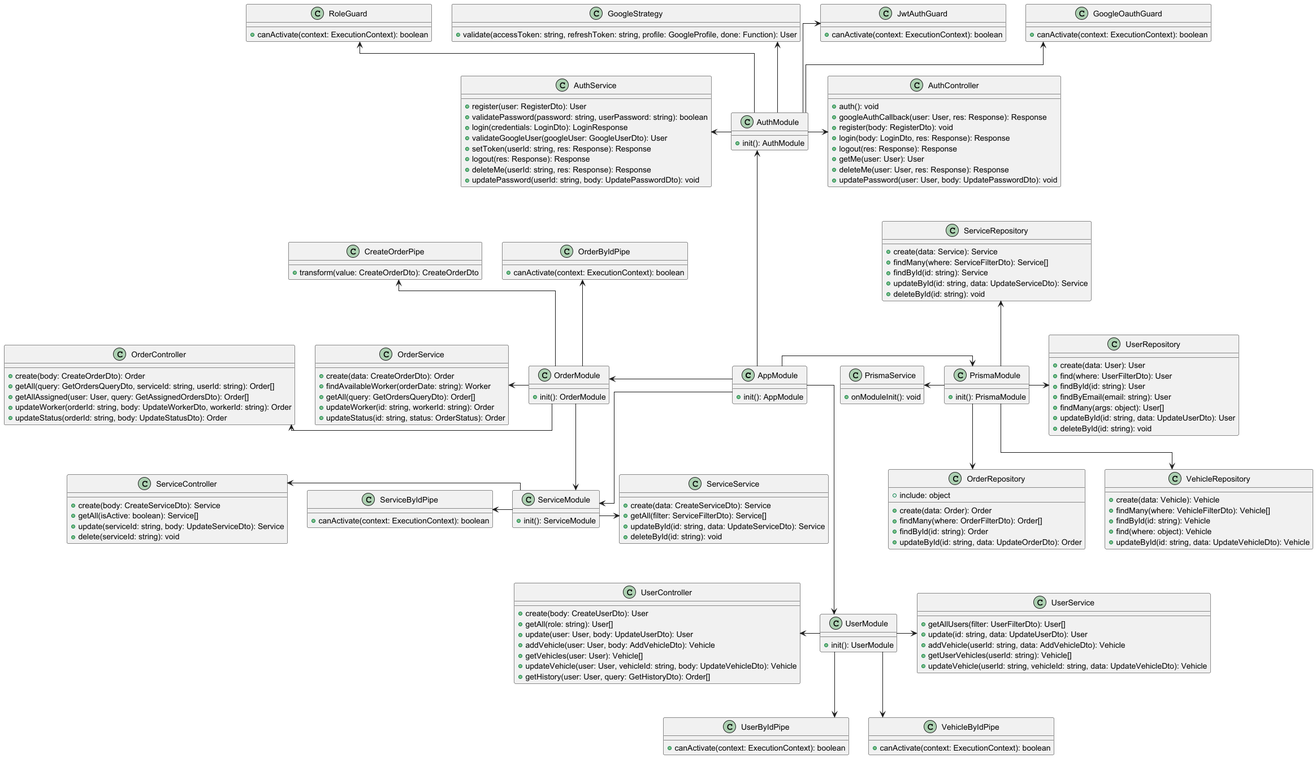
Before: diagrams/back/ClassDiagram.png, a diagram exported from PlantUML (JessFreak/ServiceStation). The source it was exported from:
```plantuml
@startuml
left to right direction
top to bottom direction
skinparam classAttributeIconSize 10
skinparam linetype ortho

class AppModule {
  + init(): AppModule
}

class AuthController {
  + auth(): void
  + googleAuthCallback(user: User, res: Response): Response
  + register(body: RegisterDto): void
  + login(body: LoginDto, res: Response): Response
  + logout(res: Response): Response
  + getMe(user: User): User
  + deleteMe(user: User, res: Response): Response
  + updatePassword(user: User, body: UpdatePasswordDto): void
}

class OrderController {
  + create(body: CreateOrderDto): Order
  + getAll(query: GetOrdersQueryDto, serviceId: string, userId: string): Order[]
  + getAllAssigned(user: User, query: GetAssignedOrdersDto): Order[]
  + updateWorker(orderId: string, body: UpdateWorkerDto, workerId: string): Order
  + updateStatus(orderId: string, body: UpdateStatusDto): Order
}

class ServiceController {
  + create(body: CreateServiceDto): Service
  + getAll(isActive: boolean): Service[]
  + update(serviceId: string, body: UpdateServiceDto): Service
  + delete(serviceId: string): void
}

class UserController {
  + create(body: CreateUserDto): User
  + getAll(role: string): User[]
  + update(user: User, body: UpdateUserDto): User
  + addVehicle(user: User, body: AddVehicleDto): Vehicle
  + getVehicles(user: User): Vehicle[]
  + updateVehicle(user: User, vehicleId: string, body: UpdateVehicleDto): Vehicle
  + getHistory(user: User, query: GetHistoryDto): Order[]
}

class PrismaService {
  + onModuleInit(): void
}

class AuthModule {
  + init(): AuthModule
}

class OrderModule {
  + init(): OrderModule
}

class PrismaModule {
  + init(): PrismaModule
}

class ServiceModule {
  + init(): ServiceModule
}

class UserModule {
  + init(): UserModule
}

class AuthService {
  + register(user: RegisterDto): User
  + validatePassword(password: string, userPassword: string): boolean
  + login(credentials: LoginDto): LoginResponse
  + validateGoogleUser(googleUser: GoogleUserDto): User
  + setToken(userId: string, res: Response): Response
  + logout(res: Response): Response
  + deleteMe(userId: string, res: Response): Response
  + updatePassword(userId: string, body: UpdatePasswordDto): void
}

class OrderService {
  + create(data: CreateOrderDto): Order
  + findAvailableWorker(orderDate: string): Worker
  + getAll(query: GetOrdersQueryDto): Order[]
  + updateWorker(id: string, workerId: string): Order
  + updateStatus(id: string, status: OrderStatus): Order
}

class ServiceService {
  + create(data: CreateServiceDto): Service
  + getAll(filter: ServiceFilterDto): Service[]
  + updateById(id: string, data: UpdateServiceDto): Service
  + deleteById(id: string): void
}

class UserService {
  + getAllUsers(filter: UserFilterDto): User[]
  + update(id: string, data: UpdateUserDto): User
  + addVehicle(userId: string, data: AddVehicleDto): Vehicle
  + getUserVehicles(userId: string): Vehicle[]
  + updateVehicle(userId: string, vehicleId: string, data: UpdateVehicleDto): Vehicle
}

class OrderRepository {
  + include: object
  + create(data: Order): Order
  + findMany(where: OrderFilterDto): Order[]
  + findById(id: string): Order
  + updateById(id: string, data: UpdateOrderDto): Order
}

class ServiceRepository {
  + create(data: Service): Service
  + findMany(where: ServiceFilterDto): Service[]
  + findById(id: string): Service
  + updateById(id: string, data: UpdateServiceDto): Service
  + deleteById(id: string): void
}

class UserRepository {
  + create(data: User): User
  + find(where: UserFilterDto): User
  + findById(id: string): User
  + findByEmail(email: string): User
  + findMany(args: object): User[]
  + updateById(id: string, data: UpdateUserDto): User
  + deleteById(id: string): void
}

class VehicleRepository {
  + create(data: Vehicle): Vehicle
  + findMany(where: VehicleFilterDto): Vehicle[]
  + findById(id: string): Vehicle
  + find(where: object): Vehicle
  + updateById(id: string, data: UpdateVehicleDto): Vehicle
}

class OrderByIdPipe {
  + canActivate(context: ExecutionContext): boolean
}

class ServiceByIdPipe {
  + canActivate(context: ExecutionContext): boolean
}

class UserByIdPipe {
  + canActivate(context: ExecutionContext): boolean
}

class VehicleByIdPipe {
  + canActivate(context: ExecutionContext): boolean
}

class GoogleOauthGuard {
  + canActivate(context: ExecutionContext): boolean
}

class JwtAuthGuard {
  + canActivate(context: ExecutionContext): boolean
}

class RoleGuard {
  + canActivate(context: ExecutionContext): boolean
}

class GoogleStrategy {
  + validate(accessToken: string, refreshToken: string, profile: GoogleProfile, done: Function): User
}

class CreateOrderPipe {
  + transform(value: CreateOrderDto): CreateOrderDto
}

AppModule -r-> PrismaModule
AppModule --up-> AuthModule
AppModule ---> UserModule
AppModule --> ServiceModule
AppModule -l> OrderModule

AuthModule -l> AuthService
AuthModule -u-> GoogleOauthGuard
AuthModule -u-> JwtAuthGuard
AuthModule -u-> GoogleStrategy
AuthModule -u-> RoleGuard
AuthModule -r> AuthController

OrderModule --> ServiceModule
OrderModule -l-> OrderService
OrderModule -u-> OrderByIdPipe
OrderModule -u-> CreateOrderPipe
OrderModule -l-> OrderController

PrismaModule -u> PrismaService
PrismaModule -r-> UserRepository
PrismaModule --> VehicleRepository
PrismaModule -u-> ServiceRepository
PrismaModule --> OrderRepository

ServiceModule -r> ServiceService
ServiceModule -l> ServiceByIdPipe
ServiceModule -l-> ServiceController

UserModule -r-> UserService
UserModule -l-> UserController
UserModule --> UserByIdPipe
UserModule --> VehicleByIdPipe

@enduml
```
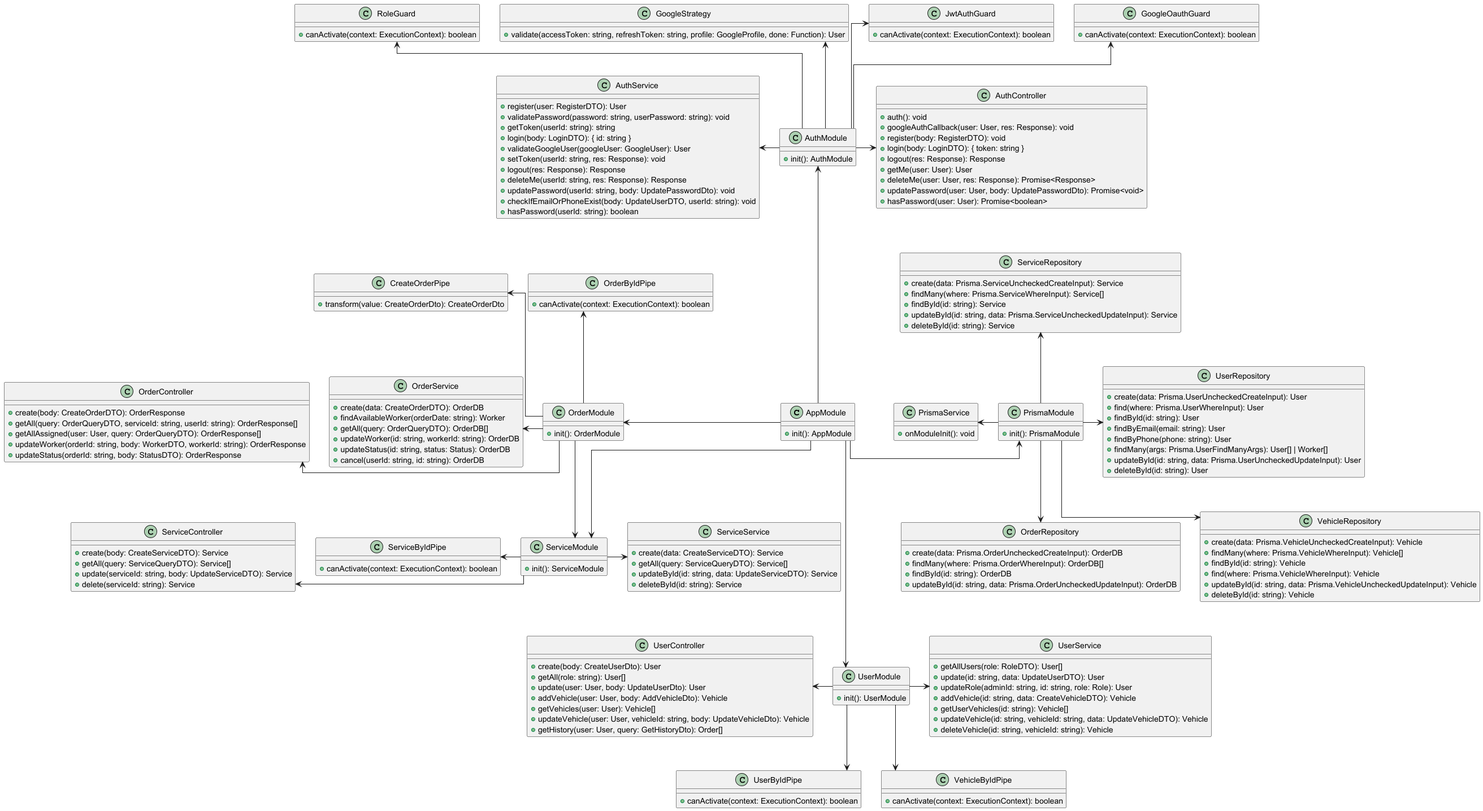
Above is the later version.

Diff of the diagram source:
```diff
@@ -10,28 +10,29 @@
 
 class AuthController {
   + auth(): void
-  + googleAuthCallback(user: User, res: Response): Response
-  + register(body: RegisterDto): void
-  + login(body: LoginDto, res: Response): Response
+  + googleAuthCallback(user: User, res: Response): void
+  + register(body: RegisterDTO): void
+  + login(body: LoginDTO): { token: string }
   + logout(res: Response): Response
   + getMe(user: User): User
-  + deleteMe(user: User, res: Response): Response
-  + updatePassword(user: User, body: UpdatePasswordDto): void
+  + deleteMe(user: User, res: Response): Promise<Response>
+  + updatePassword(user: User, body: UpdatePasswordDto): Promise<void>
+  + hasPassword(user: User): Promise<boolean>
 }
 
 class OrderController {
-  + create(body: CreateOrderDto): Order
-  + getAll(query: GetOrdersQueryDto, serviceId: string, userId: string): Order[]
-  + getAllAssigned(user: User, query: GetAssignedOrdersDto): Order[]
-  + updateWorker(orderId: string, body: UpdateWorkerDto, workerId: string): Order
-  + updateStatus(orderId: string, body: UpdateStatusDto): Order
+  + create(body: CreateOrderDTO): OrderResponse
+  + getAll(query: OrderQueryDTO, serviceId: string, userId: string): OrderResponse[]
+  + getAllAssigned(user: User, query: OrderQueryDTO): OrderResponse[]
+  + updateWorker(orderId: string, body: WorkerDTO, workerId: string): OrderResponse
+  + updateStatus(orderId: string, body: StatusDTO): OrderResponse
 }
 
 class ServiceController {
-  + create(body: CreateServiceDto): Service
-  + getAll(isActive: boolean): Service[]
-  + update(serviceId: string, body: UpdateServiceDto): Service
-  + delete(serviceId: string): void
+  + create(body: CreateServiceDTO): Service
+  + getAll(query: ServiceQueryDTO): Service[]
+  + update(serviceId: string, body: UpdateServiceDTO): Service
+  + delete(serviceId: string): Service
 }
 
 class UserController {
@@ -69,71 +70,78 @@
 }
 
 class AuthService {
-  + register(user: RegisterDto): User
-  + validatePassword(password: string, userPassword: string): boolean
-  + login(credentials: LoginDto): LoginResponse
-  + validateGoogleUser(googleUser: GoogleUserDto): User
-  + setToken(userId: string, res: Response): Response
+  + register(user: RegisterDTO): User
+  + validatePassword(password: string, userPassword: string): void
+  + getToken(userId: string): string
+  + login(body: LoginDTO): { id: string }
+  + validateGoogleUser(googleUser: GoogleUser): User
+  + setToken(userId: string, res: Response): void
   + logout(res: Response): Response
   + deleteMe(userId: string, res: Response): Response
   + updatePassword(userId: string, body: UpdatePasswordDto): void
+  + checkIfEmailOrPhoneExist(body: UpdateUserDTO, userId: string): void
+  + hasPassword(userId: string): boolean
 }
 
 class OrderService {
-  + create(data: CreateOrderDto): Order
+  + create(data: CreateOrderDTO): OrderDB
   + findAvailableWorker(orderDate: string): Worker
-  + getAll(query: GetOrdersQueryDto): Order[]
-  + updateWorker(id: string, workerId: string): Order
-  + updateStatus(id: string, status: OrderStatus): Order
+  + getAll(query: OrderQueryDTO): OrderDB[]
+  + updateWorker(id: string, workerId: string): OrderDB
+  + updateStatus(id: string, status: Status): OrderDB
+  + cancel(userId: string, id: string): OrderDB
 }
 
 class ServiceService {
-  + create(data: CreateServiceDto): Service
-  + getAll(filter: ServiceFilterDto): Service[]
-  + updateById(id: string, data: UpdateServiceDto): Service
-  + deleteById(id: string): void
+  + create(data: CreateServiceDTO): Service
+  + getAll(query: ServiceQueryDTO): Service[]
+  + updateById(id: string, data: UpdateServiceDTO): Service
+  + deleteById(id: string): Service
 }
 
 class UserService {
-  + getAllUsers(filter: UserFilterDto): User[]
-  + update(id: string, data: UpdateUserDto): User
-  + addVehicle(userId: string, data: AddVehicleDto): Vehicle
-  + getUserVehicles(userId: string): Vehicle[]
-  + updateVehicle(userId: string, vehicleId: string, data: UpdateVehicleDto): Vehicle
+  + getAllUsers(role: RoleDTO): User[]
+  + update(id: string, data: UpdateUserDTO): User
+  + updateRole(adminId: string, id: string, role: Role): User
+  + addVehicle(id: string, data: CreateVehicleDTO): Vehicle
+  + getUserVehicles(id: string): Vehicle[]
+  + updateVehicle(id: string, vehicleId: string, data: UpdateVehicleDTO): Vehicle
+  + deleteVehicle(id: string, vehicleId: string): Vehicle
 }
 
 class OrderRepository {
-  + include: object
-  + create(data: Order): Order
-  + findMany(where: OrderFilterDto): Order[]
-  + findById(id: string): Order
-  + updateById(id: string, data: UpdateOrderDto): Order
+  + create(data: Prisma.OrderUncheckedCreateInput): OrderDB
+  + findMany(where: Prisma.OrderWhereInput): OrderDB[]
+  + findById(id: string): OrderDB
+  + updateById(id: string, data: Prisma.OrderUncheckedUpdateInput): OrderDB
 }
 
 class ServiceRepository {
-  + create(data: Service): Service
-  + findMany(where: ServiceFilterDto): Service[]
+  + create(data: Prisma.ServiceUncheckedCreateInput): Service
+  + findMany(where: Prisma.ServiceWhereInput): Service[]
   + findById(id: string): Service
-  + updateById(id: string, data: UpdateServiceDto): Service
-  + deleteById(id: string): void
+  + updateById(id: string, data: Prisma.ServiceUncheckedUpdateInput): Service
+  + deleteById(id: string): Service
 }
 
 class UserRepository {
-  + create(data: User): User
-  + find(where: UserFilterDto): User
+  + create(data: Prisma.UserUncheckedCreateInput): User
+  + find(where: Prisma.UserWhereInput): User
   + findById(id: string): User
   + findByEmail(email: string): User
-  + findMany(args: object): User[]
-  + updateById(id: string, data: UpdateUserDto): User
-  + deleteById(id: string): void
+  + findByPhone(phone: string): User
+  + findMany(args: Prisma.UserFindManyArgs): User[] | Worker[]
+  + updateById(id: string, data: Prisma.UserUncheckedUpdateInput): User
+  + deleteById(id: string): User
 }
 
 class VehicleRepository {
-  + create(data: Vehicle): Vehicle
-  + findMany(where: VehicleFilterDto): Vehicle[]
+  + create(data: Prisma.VehicleUncheckedCreateInput): Vehicle
+  + findMany(where: Prisma.VehicleWhereInput): Vehicle[]
   + findById(id: string): Vehicle
-  + find(where: object): Vehicle
-  + updateById(id: string, data: UpdateVehicleDto): Vehicle
+  + find(where: Prisma.VehicleWhereInput): Vehicle
+  + updateById(id: string, data: Prisma.VehicleUncheckedUpdateInput): Vehicle
+  + deleteById(id: string): Vehicle
 }
 
 class OrderByIdPipe {
```
